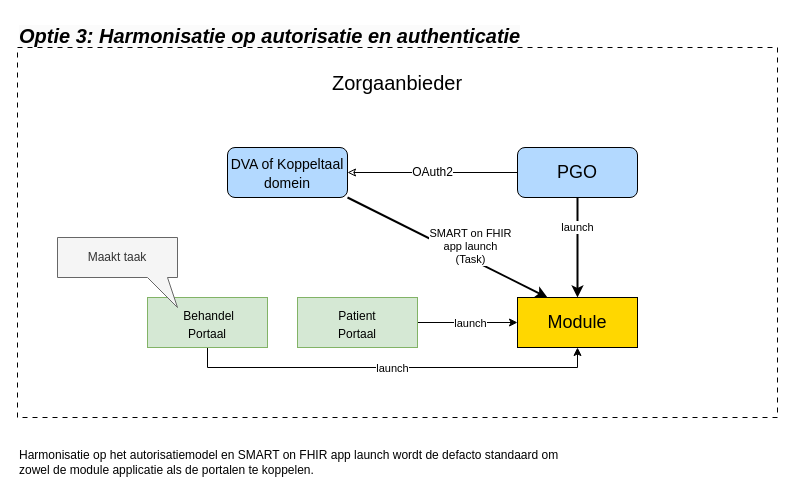
Earlier version of the draw.io diagram input/images/koppeltaal/optie3 light.drawio (KoppelMij/koppelmij-designs). Source tidied: cells renumbered, new cells numbered last; positions are measured from the earlier drawing's top-left corner, leaving out a move shared by most shapes. Both pictures are drawn from the tidied source at 100%, with x=0, y=0 at pixel (17, 17).
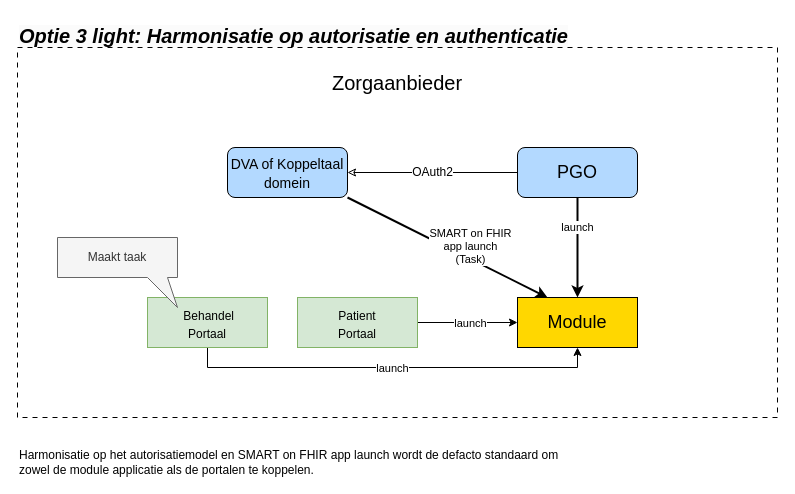
After the change.

Commit message:
Update `optie3 light.drawio` title to "Option 3 Light" for clarity

What changed in the source:
```diff
@@
-    <mxCell id="14" value="&lt;span style=&quot;color: rgb(0, 0, 0); font-family: Helvetica; font-size: 20px; font-style: italic; font-variant-ligatures: normal; font-variant-caps: normal; font-weight: 700; letter-spacing: normal; orphans: 2; text-align: center; text-indent: 0px; text-transform: none; widows: 2; word-spacing: 0px; -webkit-text-stroke-width: 0px; white-space: normal; background-color: rgb(251, 251, 251); text-decoration-thickness: initial; text-decoration-style: initial; text-decoration-color: initial; display: inline !important; float: none;&quot;&gt;Optie 3: Harmonisatie op autorisatie en authenticatie&lt;/span&gt;" style="text;whiteSpace=wrap;html=1;" parent="1" vertex="1">
+    <mxCell id="14" value="&lt;span style=&quot;color: rgb(0, 0, 0); font-family: Helvetica; font-size: 20px; font-style: italic; font-variant-ligatures: normal; font-variant-caps: normal; font-weight: 700; letter-spacing: normal; orphans: 2; text-align: center; text-indent: 0px; text-transform: none; widows: 2; word-spacing: 0px; -webkit-text-stroke-width: 0px; white-space: normal; background-color: rgb(251, 251, 251); text-decoration-thickness: initial; text-decoration-style: initial; text-decoration-color: initial; display: inline !important; float: none;&quot;&gt;Optie 3 light: Harmonisatie op autorisatie en authenticatie&lt;/span&gt;" style="text;whiteSpace=wrap;html=1;" parent="1" vertex="1">
       <mxGeometry width="750" height="70" as="geometry" />
     </mxCell>
```
